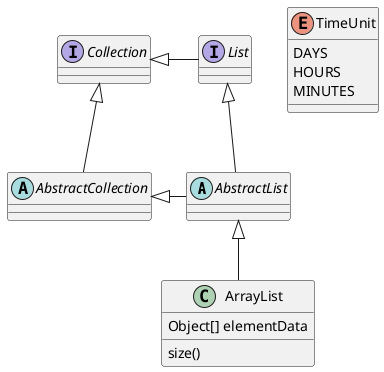
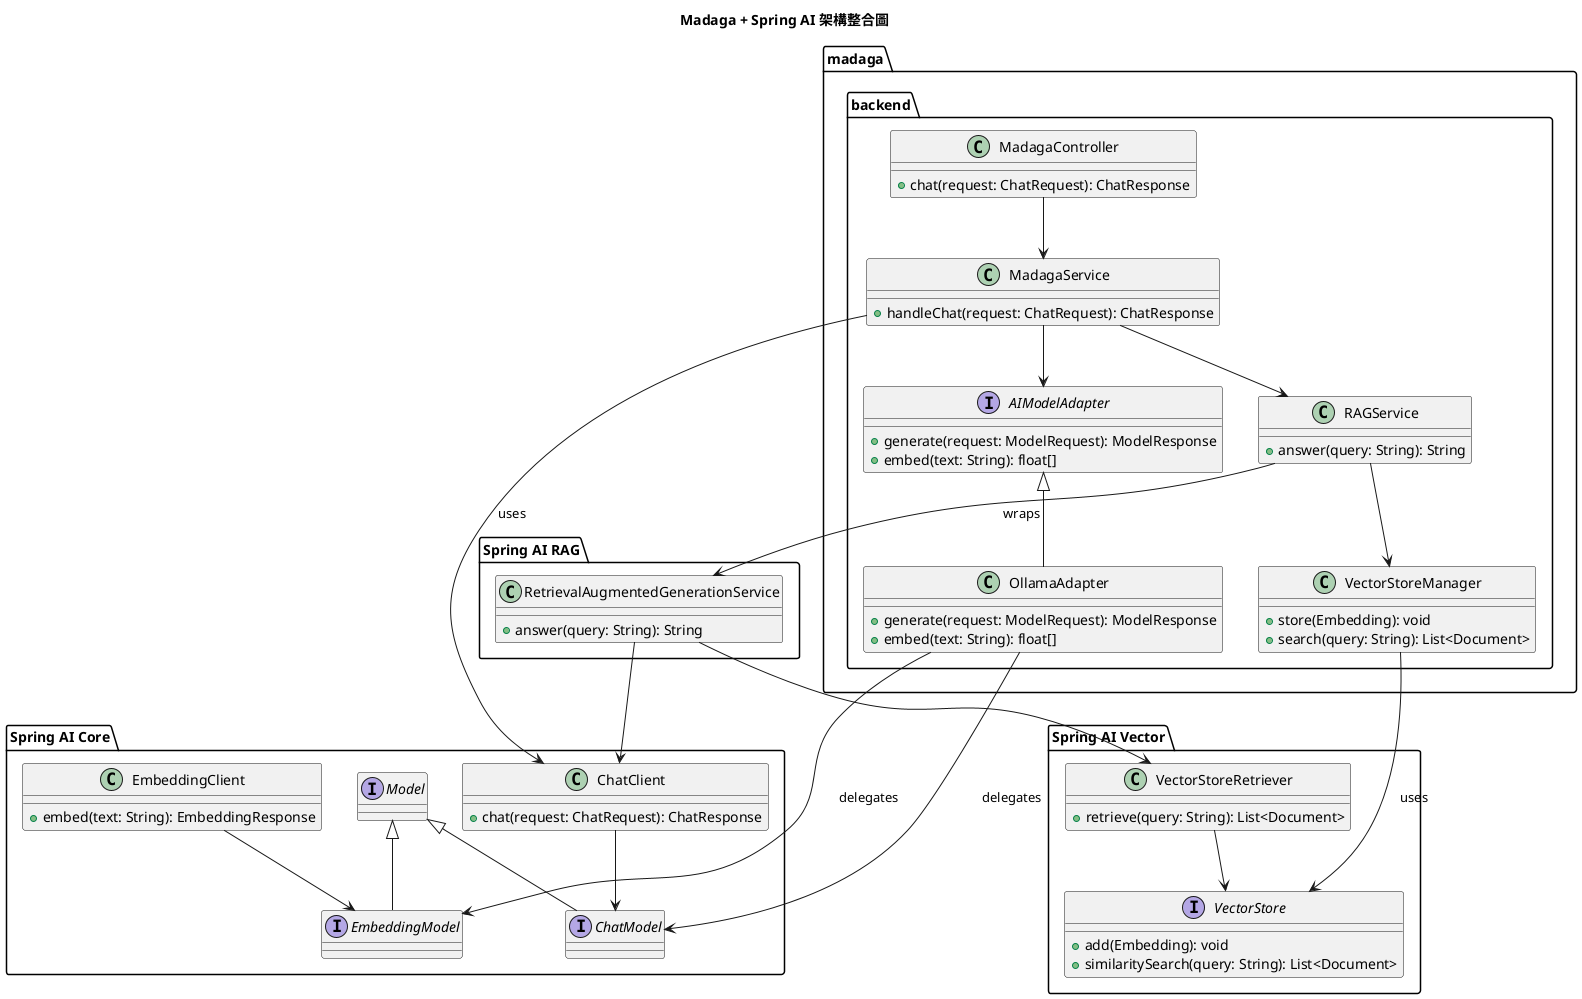
@startuml
- 'https://plantuml.com/class-diagram
+ title Madaga + Spring AI 架構整合圖

- abstract class AbstractList
- abstract AbstractCollection
- interface List
- interface Collection
+ package "madaga.backend" {
+   class MadagaController {
+     +chat(request: ChatRequest): ChatResponse
+   }

- List <|-- AbstractList
- Collection <|-- AbstractCollection
+   class MadagaService {
+     +handleChat(request: ChatRequest): ChatResponse
+   }

- Collection <|- List
- AbstractCollection <|- AbstractList
- AbstractList <|-- ArrayList
+   interface AIModelAdapter {
+     +generate(request: ModelRequest): ModelResponse
+     +embed(text: String): float[]
+   }

- class ArrayList {
- Object[] elementData
- size()
+   class OllamaAdapter {
+     +generate(request: ModelRequest): ModelResponse
+     +embed(text: String): float[]
+   }
+ 
+   class RAGService {
+     +answer(query: String): String
+   }
+ 
+   class VectorStoreManager {
+     +store(Embedding): void
+     +search(query: String): List<Document>
+   }
+ 
+   MadagaController --> MadagaService
+   MadagaService --> AIModelAdapter
+   AIModelAdapter <|-- OllamaAdapter
+   MadagaService --> RAGService
+   RAGService --> VectorStoreManager
}

- enum TimeUnit {
- DAYS
- HOURS
- MINUTES
+ package "Spring AI Core" {
+   interface Model
+   interface ChatModel extends Model
+   interface EmbeddingModel extends Model
+ 
+   class ChatClient {
+     +chat(request: ChatRequest): ChatResponse
+   }
+ 
+   class EmbeddingClient {
+     +embed(text: String): EmbeddingResponse
+   }
+ 
+   ChatClient --> ChatModel
+   EmbeddingClient --> EmbeddingModel
}

+ package "Spring AI Vector" {
+   interface VectorStore {
+     +add(Embedding): void
+     +similaritySearch(query: String): List<Document>
+   }
+ 
+   class VectorStoreRetriever {
+     +retrieve(query: String): List<Document>
+   }
+ 
+   VectorStoreRetriever --> VectorStore
+ }
+ 
+ package "Spring AI RAG" {
+   class RetrievalAugmentedGenerationService {
+     +answer(query: String): String
+   }
+ 
+   RetrievalAugmentedGenerationService --> ChatClient
+   RetrievalAugmentedGenerationService --> VectorStoreRetriever
+ }
+ 
+ ' ==== 整合連結 ====
+ MadagaService --> ChatClient : uses
+ OllamaAdapter --> ChatModel : delegates
+ OllamaAdapter --> EmbeddingModel : delegates
+ VectorStoreManager --> VectorStore : uses
+ RAGService --> RetrievalAugmentedGenerationService : wraps
@enduml